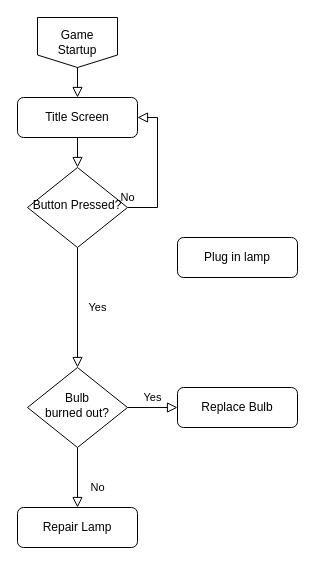
The draw.io diagram ScreenFlow_Diagram.drawio in William-Fraser/William-Fraser, before the edit. Source tidied: cells renumbered, new cells numbered last; positions are measured from the earlier drawing's top-left corner, leaving out a move shared by most shapes. Both pictures are drawn from the tidied source at 100%, with x=0, y=0 at pixel (17, 17).
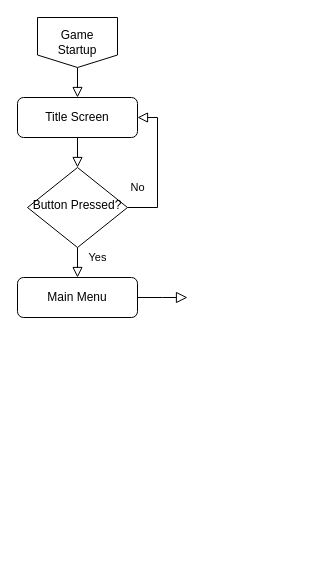
The same page after the edit.

What changed in the source:
```diff
@@
 <mxGraphModel>
   <root>
     <mxCell id="0" />
     <mxCell id="1" parent="0" />
     <mxCell id="2" style="rounded=0;html=1;jettySize=auto;fontSize=11;endArrow=block;endFill=0;endSize=8;strokeWidth=1;shadow=0;labelBackgroundColor=none;edgeStyle=orthogonalEdgeStyle;entryX=0.5;entryY=0;entryDx=0;entryDy=0;" parent="1" edge="1" source="3" target="6">
       <mxGeometry relative="1" as="geometry">
         <Array as="points">
           <mxPoint x="60" y="120" />
           <mxPoint x="60" y="120" />
         </Array>
       </mxGeometry>
     </mxCell>
     <mxCell id="3" value="Title Screen" style="rounded=1;whiteSpace=wrap;html=1;fontSize=12;glass=0;strokeWidth=1;shadow=0;" parent="1" vertex="1">
       <mxGeometry y="80" width="120" height="40" as="geometry" />
     </mxCell>
-    <mxCell id="4" value="Yes" style="rounded=0;html=1;jettySize=auto;fontSize=11;endArrow=block;endFill=0;endSize=8;strokeWidth=1;shadow=0;labelBackgroundColor=none;edgeStyle=orthogonalEdgeStyle;" parent="1" edge="1" source="6" target="10">
-      <mxGeometry y="20" relative="1" as="geometry" />
+    <mxCell id="4" value="Yes" style="rounded=0;html=1;jettySize=auto;fontSize=11;endArrow=block;endFill=0;endSize=8;strokeWidth=1;shadow=0;labelBackgroundColor=none;edgeStyle=orthogonalEdgeStyle;entryX=0.5;entryY=0;entryDx=0;entryDy=0;" parent="1" edge="1" source="6" target="16">
+      <mxGeometry x="0.2" y="20" relative="1" as="geometry" />
     </mxCell>
     <mxCell id="5" value="No" style="edgeStyle=orthogonalEdgeStyle;rounded=0;html=1;jettySize=auto;fontSize=11;endArrow=block;endFill=0;endSize=8;strokeWidth=1;shadow=0;labelBackgroundColor=none;entryX=1;entryY=0.5;entryDx=0;entryDy=0;" parent="1" edge="1" source="6" target="3">
-      <mxGeometry x="-1" y="10" relative="1" as="geometry">
+      <mxGeometry x="-0.86" y="20" relative="1" as="geometry">
         <Array as="points">
           <mxPoint x="140" y="190" />
           <mxPoint x="140" y="100" />
         </Array>
       </mxGeometry>
     </mxCell>
     <mxCell id="6" value="Button Pressed?" style="rhombus;whiteSpace=wrap;html=1;shadow=0;fontFamily=Helvetica;fontSize=12;align=center;strokeWidth=1;spacing=6;spacingTop=-4;" parent="1" vertex="1">
       <mxGeometry x="10" y="150" width="100" height="80" as="geometry" />
     </mxCell>
-    <mxCell id="7" value="Plug in lamp" style="rounded=1;whiteSpace=wrap;html=1;fontSize=12;glass=0;strokeWidth=1;shadow=0;" parent="1" vertex="1">
-      <mxGeometry x="160" y="220" width="120" height="40" as="geometry" />
-    </mxCell>
-    <mxCell id="8" value="No" style="rounded=0;html=1;jettySize=auto;fontSize=11;endArrow=block;endFill=0;endSize=8;strokeWidth=1;shadow=0;labelBackgroundColor=none;edgeStyle=orthogonalEdgeStyle;" parent="1" edge="1" source="10" target="11">
-      <mxGeometry x="0.33" y="20" relative="1" as="geometry" />
-    </mxCell>
-    <mxCell id="9" value="Yes" style="edgeStyle=orthogonalEdgeStyle;rounded=0;html=1;jettySize=auto;fontSize=11;endArrow=block;endFill=0;endSize=8;strokeWidth=1;shadow=0;labelBackgroundColor=none;" parent="1" edge="1" source="10" target="12">
-      <mxGeometry y="10" relative="1" as="geometry" />
-    </mxCell>
-    <mxCell id="10" value="Bulb&lt;br&gt;burned out?" style="rhombus;whiteSpace=wrap;html=1;shadow=0;fontFamily=Helvetica;fontSize=12;align=center;strokeWidth=1;spacing=6;spacingTop=-4;" parent="1" vertex="1">
-      <mxGeometry x="10" y="350" width="100" height="80" as="geometry" />
-    </mxCell>
-    <mxCell id="11" value="Repair Lamp" style="rounded=1;whiteSpace=wrap;html=1;fontSize=12;glass=0;strokeWidth=1;shadow=0;" parent="1" vertex="1">
-      <mxGeometry y="490" width="120" height="40" as="geometry" />
-    </mxCell>
-    <mxCell id="12" value="Replace Bulb" style="rounded=1;whiteSpace=wrap;html=1;fontSize=12;glass=0;strokeWidth=1;shadow=0;" parent="1" vertex="1">
-      <mxGeometry x="160" y="370" width="120" height="40" as="geometry" />
-    </mxCell>
     <mxCell id="13" style="edgeStyle=orthogonalEdgeStyle;rounded=0;jettySize=auto;html=1;endArrow=block;endFill=0;endSize=8;entryX=0.5;entryY=0;entryDx=0;entryDy=0;" parent="1" edge="1" source="14" target="3">
       <mxGeometry relative="1" as="geometry" />
     </mxCell>
     <mxCell id="14" value="Game &lt;br&gt;Startup&lt;br&gt;" style="shape=offPageConnector;whiteSpace=wrap;html=1;size=0.25;" parent="1" vertex="1">
       <mxGeometry x="20" width="80" height="50" as="geometry" />
     </mxCell>
+    <mxCell id="15" style="edgeStyle=orthogonalEdgeStyle;rounded=0;jettySize=auto;html=1;entryX=0;entryY=0.5;entryDx=0;entryDy=0;endArrow=block;endFill=0;endSize=9;" parent="1" edge="1" source="16">
+      <mxGeometry relative="1" as="geometry">
+        <mxPoint x="170" y="280" as="targetPoint" />
+      </mxGeometry>
+    </mxCell>
+    <mxCell id="16" value="Main Menu" style="rounded=1;whiteSpace=wrap;html=1;fontSize=12;glass=0;strokeWidth=1;shadow=0;" parent="1" vertex="1">
+      <mxGeometry y="260" width="120" height="40" as="geometry" />
+    </mxCell>
   </root>
 </mxGraphModel>
```
